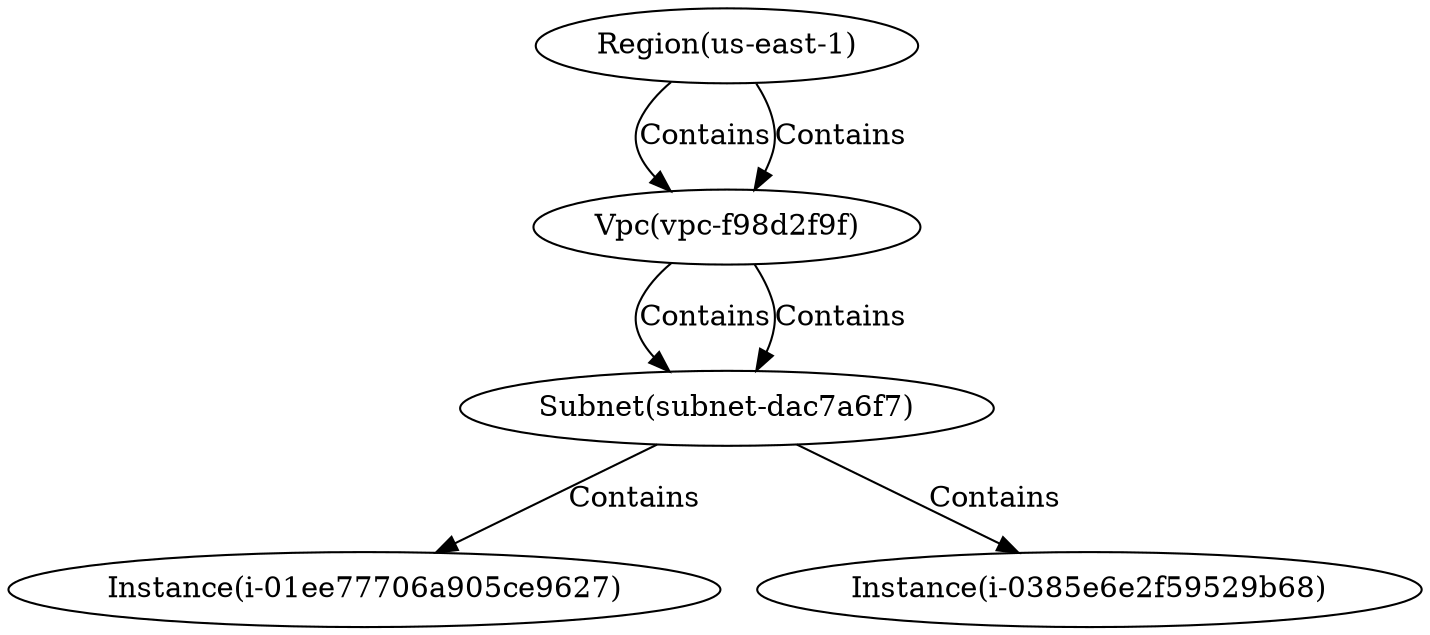
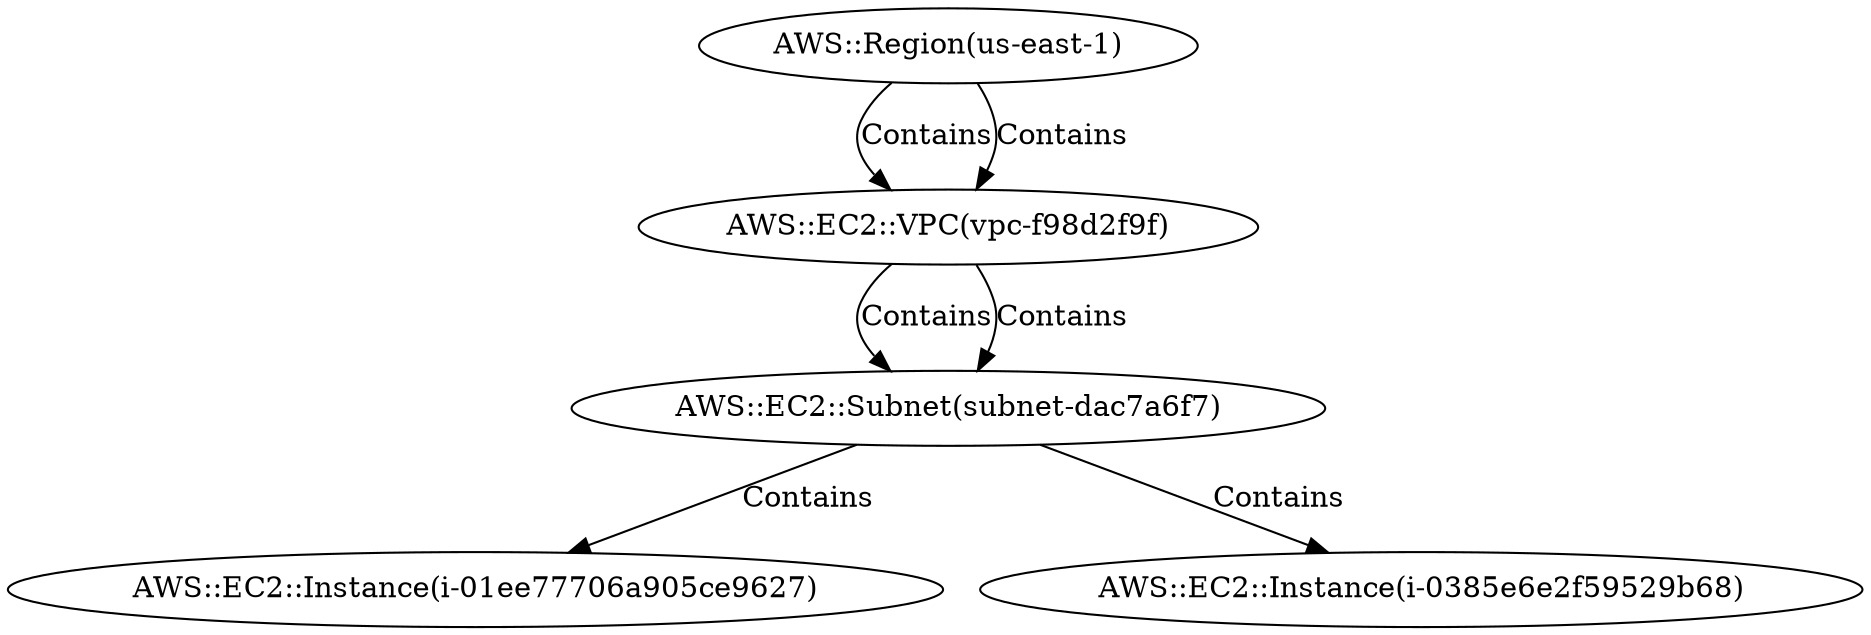
digraph {
-     0 [ label = "Region(us-east-1)" ]
-     1 [ label = "Vpc(vpc-f98d2f9f)" ]
-     2 [ label = "Subnet(subnet-dac7a6f7)" ]
-     3 [ label = "Instance(i-01ee77706a905ce9627)" ]
-     4 [ label = "Instance(i-0385e6e2f59529b68)" ]
+     0 [ label = "AWS::Region(us-east-1)" ]
+     1 [ label = "AWS::EC2::VPC(vpc-f98d2f9f)" ]
+     2 [ label = "AWS::EC2::Subnet(subnet-dac7a6f7)" ]
+     3 [ label = "AWS::EC2::Instance(i-01ee77706a905ce9627)" ]
+     4 [ label = "AWS::EC2::Instance(i-0385e6e2f59529b68)" ]
    0 -> 1 [ label = "Contains" ]
    1 -> 2 [ label = "Contains" ]
    2 -> 3 [ label = "Contains" ]
    0 -> 1 [ label = "Contains" ]
    1 -> 2 [ label = "Contains" ]
    2 -> 4 [ label = "Contains" ]
}
